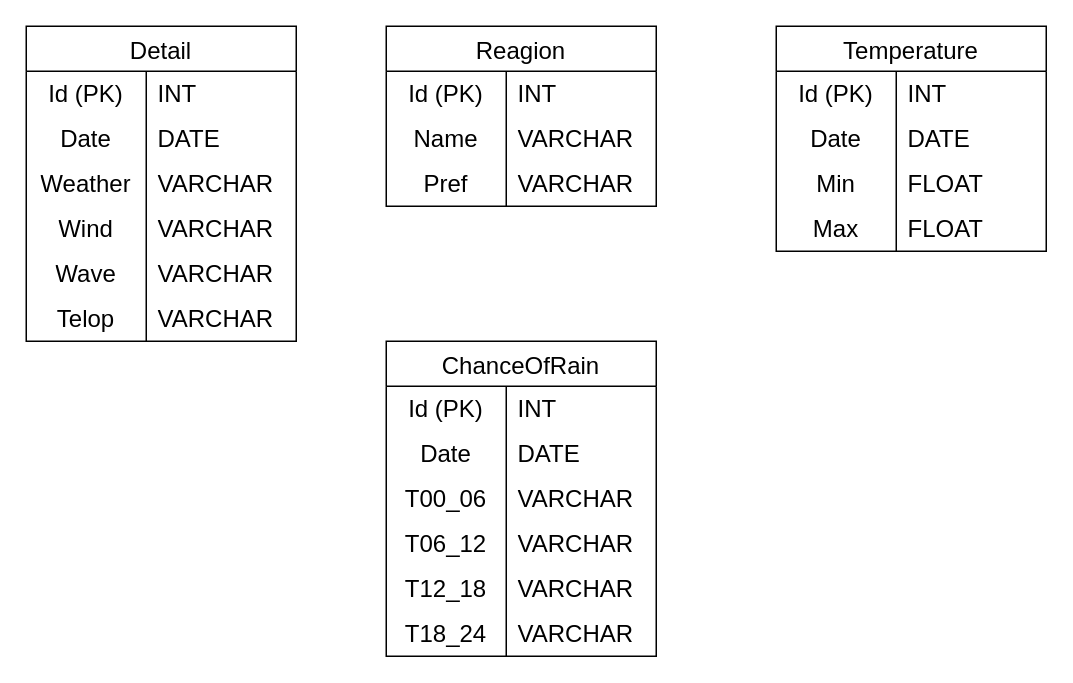
The draw.io diagram ER図.drawio in takumashiraki/weather-record, before the edit. Source tidied: cells renumbered, new cells numbered last; positions are measured from the earlier drawing's top-left corner, leaving out a move shared by most shapes. Both pictures are drawn from the tidied source at 150%, with x=0, y=0 at pixel (26, 26).
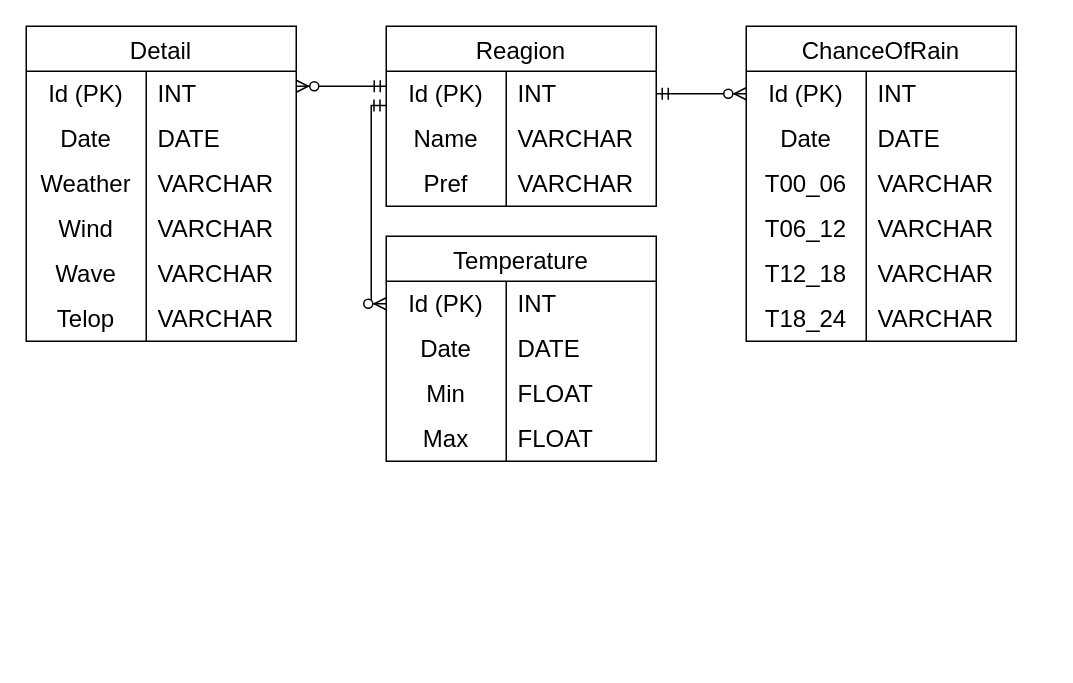
Above is the later version.

Commit message (it also covers changes not shown here):
ER図.drawio を更新します

Unchanged cells that the change refers to:
```xml
<mxCell id="3" style="shape=tableRow;horizontal=0;startSize=0;swimlaneHead=0;swimlaneBody=0;top=0;left=0;bottom=0;right=0;fillColor=none;points=[[0,0.5],[1,0.5]];portConstraint=eastwest;strokeColor=inherit;fontSize=16;" parent="2" vertex="1">
  <mxGeometry y="30" width="180" height="30" as="geometry" />
</mxCell>
<mxCell id="13" style="shape=tableRow;horizontal=0;startSize=0;swimlaneHead=0;swimlaneBody=0;top=0;left=0;bottom=0;right=0;fillColor=none;points=[[0,0.5],[1,0.5]];portConstraint=eastwest;strokeColor=inherit;fontSize=16;" parent="12" vertex="1">
  <mxGeometry y="30" width="180" height="30" as="geometry" />
</mxCell>
<mxCell id="45" style="shape=tableRow;horizontal=0;startSize=0;swimlaneHead=0;swimlaneBody=0;top=0;left=0;bottom=0;right=0;fillColor=none;points=[[0,0.5],[1,0.5]];portConstraint=eastwest;strokeColor=inherit;fontSize=16;" parent="44" vertex="1">
  <mxGeometry y="30" width="180" height="30" as="geometry" />
</mxCell>
```

Diff of the diagram source:
```diff
@@
     <mxCell id="12" value="Temperature" style="shape=table;startSize=30;childLayout=tableLayout;rowLines=0;fontStyle=0;strokeColor=default;fontSize=16;" parent="1" vertex="1">
-      <mxGeometry x="500" width="180" height="150" as="geometry" />
+      <mxGeometry x="240" y="140" width="180" height="150" as="geometry" />
     </mxCell>
@@
     <mxCell id="44" value="ChanceOfRain" style="shape=table;startSize=30;childLayout=tableLayout;rowLines=0;fontStyle=0;strokeColor=default;fontSize=16;" parent="1" vertex="1">
-      <mxGeometry x="240" y="210" width="180" height="210" as="geometry" />
+      <mxGeometry x="480" width="180" height="210" as="geometry" />
     </mxCell>
@@
+    <mxCell id="63" style="fontSize=12;html=1;endArrow=ERzeroToMany;startArrow=ERmandOne;rounded=0;entryX=0;entryY=0.5;entryDx=0;entryDy=0;exitX=1;exitY=0.5;exitDx=0;exitDy=0;" parent="1" edge="1" source="3" target="45">
+      <mxGeometry relative="1" as="geometry" />
+    </mxCell>
+    <mxCell id="64" style="fontSize=12;html=1;endArrow=ERzeroToMany;startArrow=ERmandOne;rounded=0;entryX=1;entryY=0.5;entryDx=0;entryDy=0;exitX=0;exitY=0.5;exitDx=0;exitDy=0;" parent="1" edge="1">
+      <mxGeometry relative="1" as="geometry">
+        <mxPoint x="240" y="40" as="sourcePoint" />
+        <mxPoint x="180" y="40" as="targetPoint" />
+      </mxGeometry>
+    </mxCell>
+    <mxCell id="65" style="fontSize=12;html=1;endArrow=ERzeroToMany;startArrow=ERmandOne;rounded=0;entryX=0;entryY=0.5;entryDx=0;entryDy=0;exitX=-0.001;exitY=0.76;exitDx=0;exitDy=0;exitPerimeter=0;edgeStyle=orthogonalEdgeStyle;" parent="1" edge="1" source="3" target="13">
+      <mxGeometry relative="1" as="geometry" />
+    </mxCell>
```
